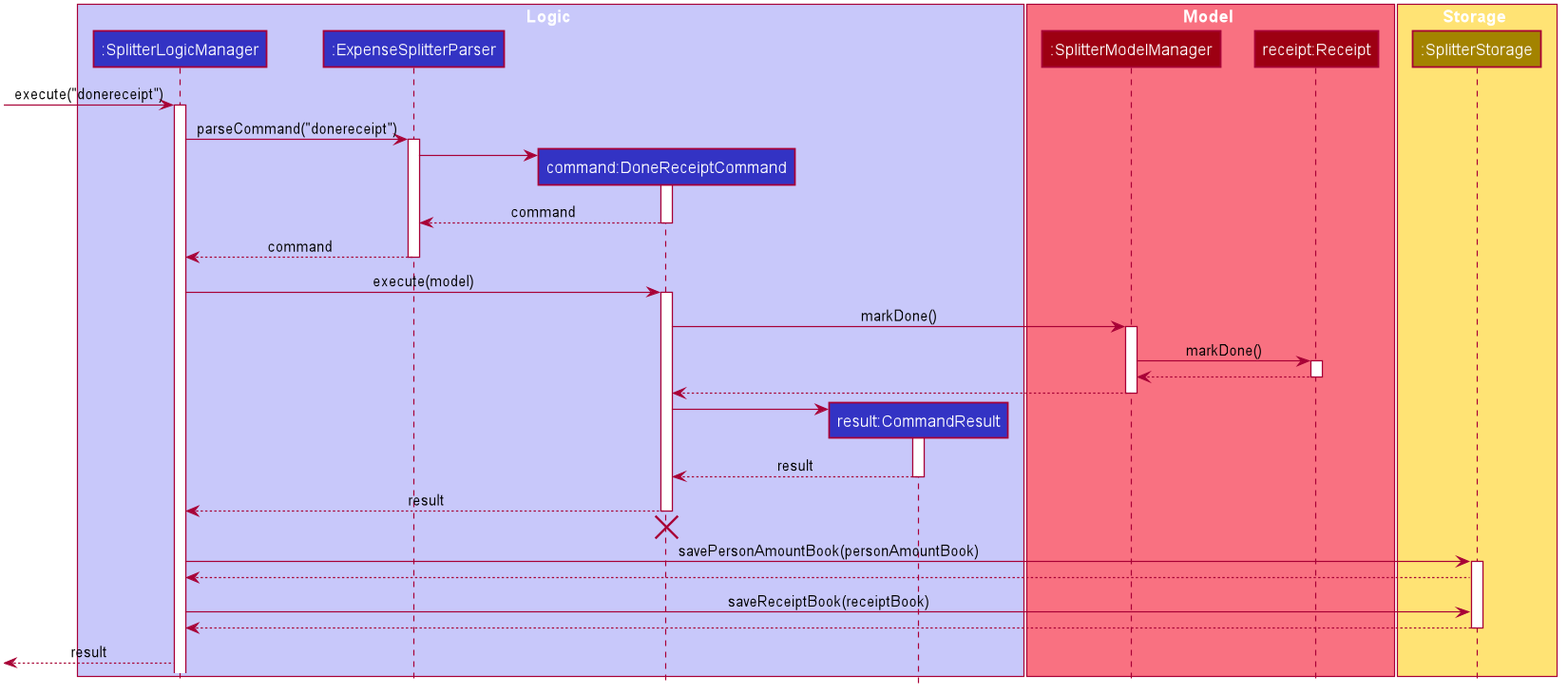
AY1920S2-CS2103T-W13-1/main keeps this PlantUML diagram as images/ExpenseSplitterDoneReceiptCommandSequenceDiagram.png. Above is the earlier version. Its diagram source:
```plantuml
@startuml








skinparam BackgroundColor #FFFFFFF

skinparam Shadowing false

skinparam Class {
    FontColor #FFFFFF
    BorderThickness 1
    BorderColor #FFFFFF
    StereotypeFontColor #FFFFFF
    FontName Arial
}

skinparam Actor {
    BorderColor #000000
    Color #000000
    FontName Arial
}

skinparam Sequence {
    MessageAlign center
    BoxFontSize 15
    BoxPadding 0
    BoxFontColor #FFFFFF
    FontName Arial
}

skinparam Participant {
    FontColor #FFFFFFF
    Padding 20
}

skinparam MinClassWidth 50
skinparam ParticipantPadding 10
skinparam Shadowing false
skinparam DefaultTextAlignment center
skinparam packageStyle Rectangle

hide footbox
hide members
hide circle

box Logic #C8C8FA
participant ":SplitterLogicManager" as SplitterLogicManager #3333C4
participant ":ExpenseSplitterParser" as ExpenseSplitterParser #3333C4
participant "command:DoneReceiptCommand" as DoneReceiptCommand #3333C4
participant "result:CommandResult" as CommandResult #3333C4
end box

box Model #F97181
participant ":SplitterModelManager" as SplitterModelManager #9D0012
participant "receipt:Receipt" as Receipt #9D0012
end box

box Storage #FFE374
participant ":SplitterStorage" as SplitterStorageManager #A38300
end box

[-> SplitterLogicManager : execute("donereceipt")
activate SplitterLogicManager

SplitterLogicManager -> ExpenseSplitterParser : parseCommand("donereceipt")
activate ExpenseSplitterParser

create DoneReceiptCommand
ExpenseSplitterParser -> DoneReceiptCommand
activate DoneReceiptCommand

DoneReceiptCommand --> ExpenseSplitterParser : command
deactivate DoneReceiptCommand

ExpenseSplitterParser --> SplitterLogicManager : command
deactivate ExpenseSplitterParser

SplitterLogicManager -> DoneReceiptCommand : execute(model)
activate DoneReceiptCommand

DoneReceiptCommand -> SplitterModelManager : markDone()
activate SplitterModelManager

SplitterModelManager -> Receipt : markDone()
activate Receipt

Receipt --> SplitterModelManager
deactivate Receipt

SplitterModelManager --> DoneReceiptCommand
deactivate SplitterModelManager

create CommandResult
DoneReceiptCommand -> CommandResult
activate CommandResult

CommandResult --> DoneReceiptCommand : result
deactivate CommandResult

DoneReceiptCommand --> SplitterLogicManager : result
deactivate DoneReceiptCommand

DoneReceiptCommand -[hidden]-> SplitterLogicManager
destroy DoneReceiptCommand

SplitterLogicManager -> SplitterStorageManager : savePersonAmountBook(personAmountBook)
activate SplitterStorageManager
SplitterStorageManager --> SplitterLogicManager

SplitterLogicManager -> SplitterStorageManager : saveReceiptBook(receiptBook)
SplitterStorageManager --> SplitterLogicManager

deactivate SplitterStorageManager

[<--SplitterLogicManager : result
deactivate SplitterStorageManager


@enduml
```
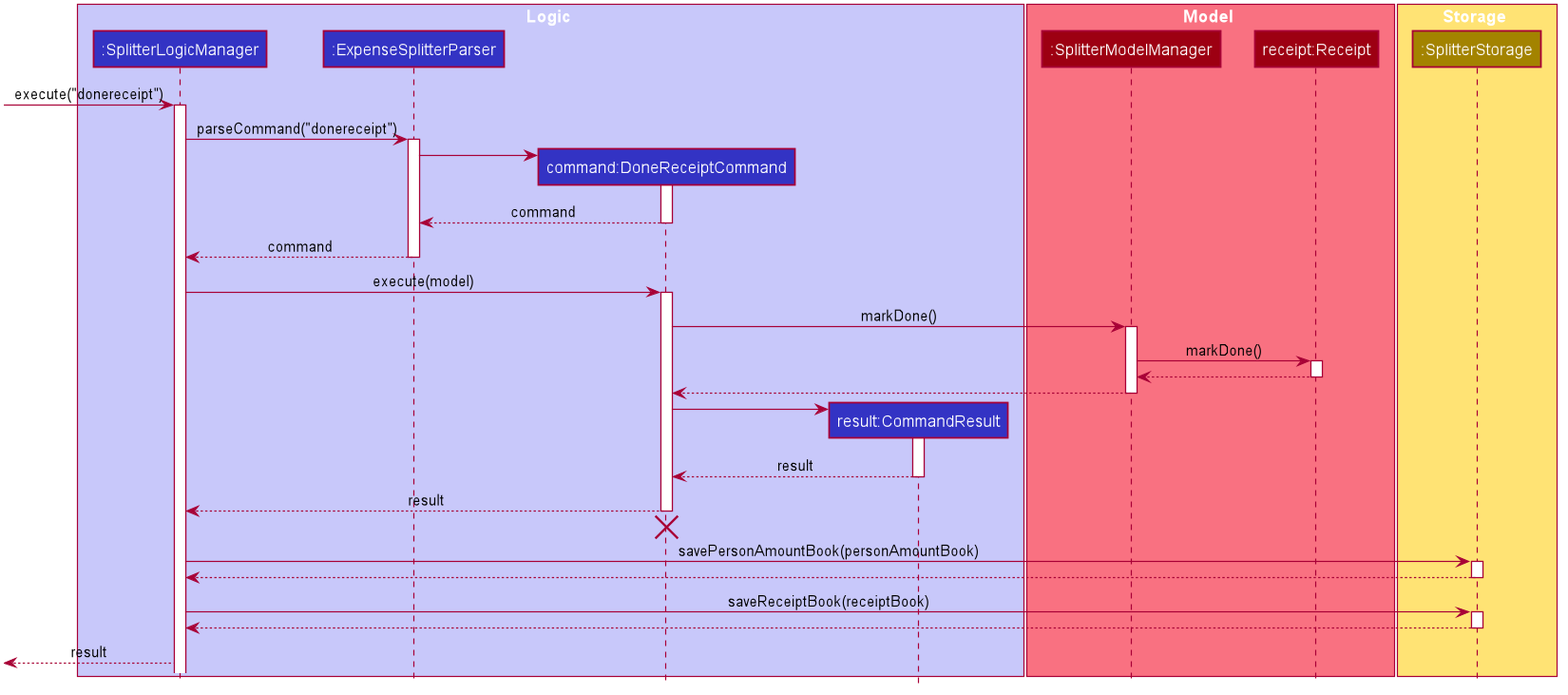
After the commit.

Change to the diagram source:
```diff
@@ -111,10 +111,11 @@
 SplitterLogicManager -> SplitterStorageManager : savePersonAmountBook(personAmountBook)
 activate SplitterStorageManager
 SplitterStorageManager --> SplitterLogicManager
+deactivate SplitterStorageManager
 
 SplitterLogicManager -> SplitterStorageManager : saveReceiptBook(receiptBook)
+activate SplitterStorageManager
 SplitterStorageManager --> SplitterLogicManager
-
 deactivate SplitterStorageManager
 
 [<--SplitterLogicManager : result
```
